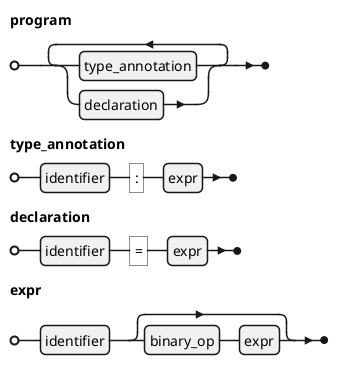
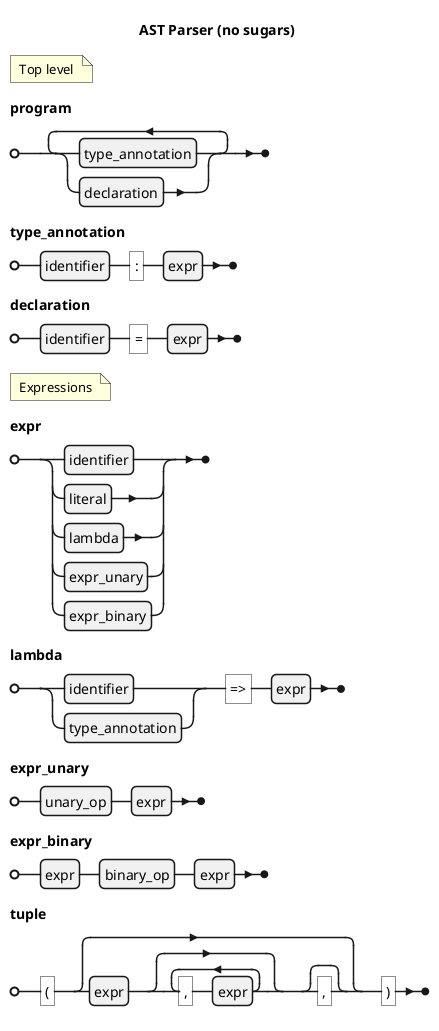
- @startebnf
+ @startebnf AST Parser
+ 
+ title AST Parser (no sugars)
+ 
+ (* Top level *)

program = {type_annotation | declaration}-;

type_annotation = identifier, ":", expr;

declaration = identifier, "=", expr;

+ (* Expressions *)
+ 
expr =
-     identifier, [binary_op, expr];
+     identifier
+   | literal
+   | lambda
+   | expr_unary
+   | expr_binary;
+ 
+ lambda = (identifier | type_annotation), "=>", expr;
+ 
+ expr_unary = unary_op, expr;
+ 
+ expr_binary = expr, binary_op, expr;
+ 
+ tuple = "(", [expr, {"," ,expr}, [","]], ")";
+ 

@endebnf